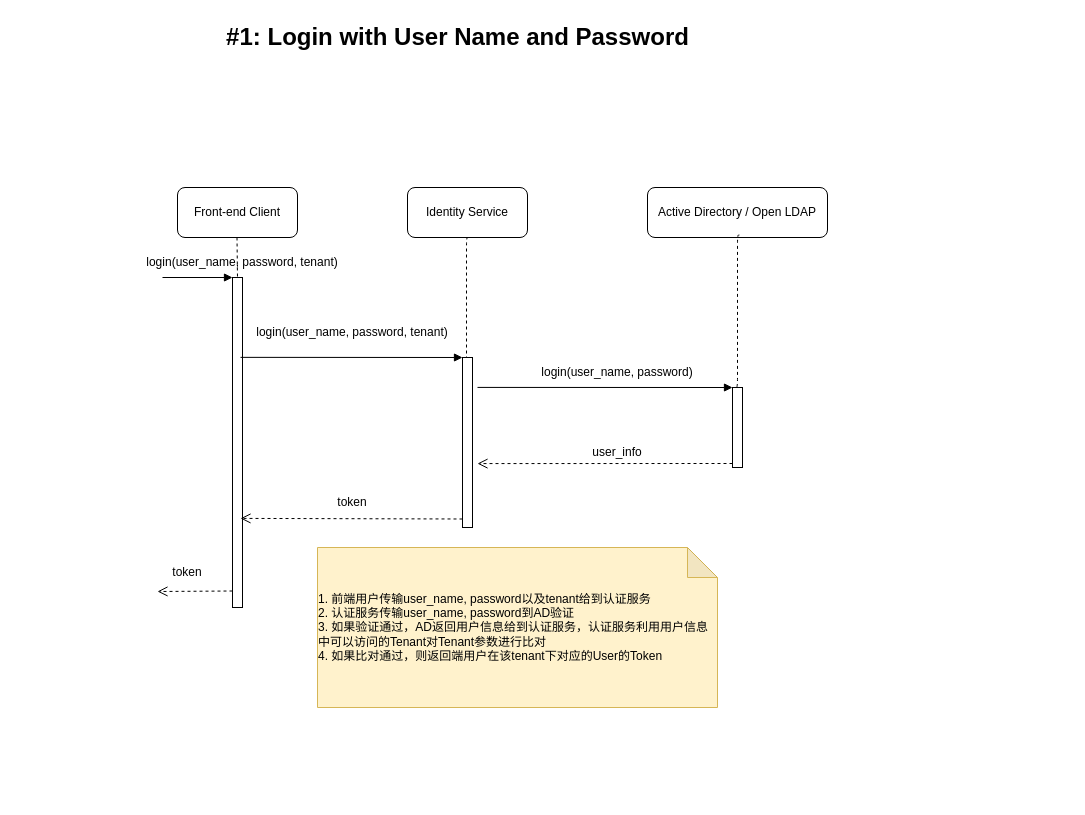
Above: page "1. Login#1" (2 of 7) of ids.drawio in dellexquan/transfer (draw.io), before the change. Source tidied: cells renumbered, new cells numbered last; positions are measured from the earlier drawing's top-left corner, leaving out a move shared by most shapes. Both pictures are drawn from the tidied source at 100%, with x=0, y=0 at pixel (137, 17).
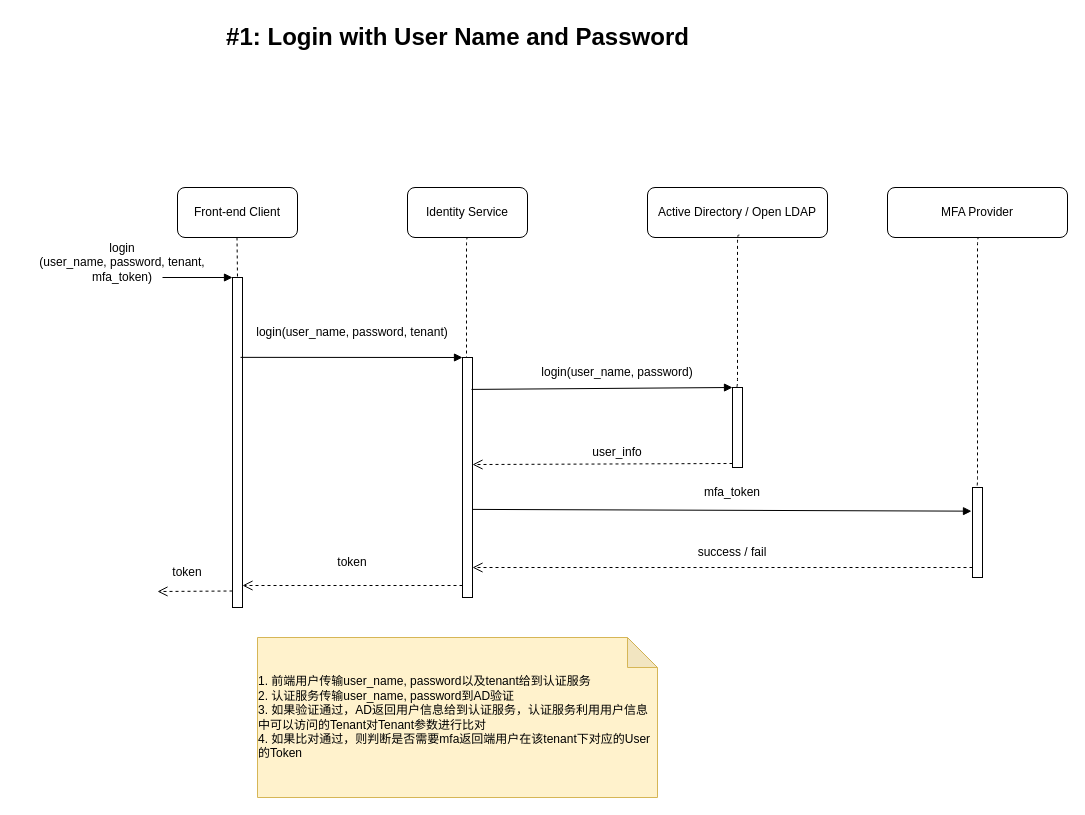
The same page after the edit.

Unchanged cells that the change refers to:
```xml
<mxCell id="6" style="html=1;points=[];perimeter=orthogonalPerimeter;" parent="1" vertex="1">
  <mxGeometry x="95" y="260" width="10" height="330" as="geometry" />
</mxCell>
<mxCell id="18" style="html=1;points=[];perimeter=orthogonalPerimeter;fontColor=none;" parent="1" vertex="1">
  <mxGeometry x="595" y="370" width="10" height="80" as="geometry" />
</mxCell>
```

What changed in the source:
```diff
@@
-    <mxCell id="9" value="login(user_name, password, tenant)" style="text;html=1;strokeColor=none;fillColor=none;align=center;verticalAlign=middle;whiteSpace=wrap;rounded=0;fontColor=none;" parent="1" vertex="1">
-      <mxGeometry y="230" width="210" height="30" as="geometry" />
+    <mxCell id="9" value="login&lt;br&gt;(user_name, password, tenant, mfa_token)" style="text;html=1;strokeColor=none;fillColor=none;align=center;verticalAlign=middle;whiteSpace=wrap;rounded=0;fontColor=none;" parent="1" vertex="1">
+      <mxGeometry x="-120" y="230" width="210" height="30" as="geometry" />
     </mxCell>
@@
     <mxCell id="12" style="html=1;points=[];perimeter=orthogonalPerimeter;fontColor=none;" parent="1" vertex="1">
-      <mxGeometry x="325" y="340" width="10" height="170" as="geometry" />
+      <mxGeometry x="325" y="340" width="10" height="240" as="geometry" />
     </mxCell>
@@
-    <mxCell id="14" value="return" style="html=1;verticalAlign=bottom;endArrow=open;dashed=1;endSize=8;exitX=0;exitY=0.95;rounded=0;fontColor=none;noLabel=1;entryX=0.8;entryY=0.73;entryDx=0;entryDy=0;entryPerimeter=0;" parent="1" edge="1" source="12" target="6">
+    <mxCell id="14" value="return" style="html=1;verticalAlign=bottom;endArrow=open;dashed=1;endSize=8;exitX=0;exitY=0.95;rounded=0;fontColor=none;noLabel=1;" parent="1" edge="1" source="12" target="6">
       <mxGeometry relative="1" as="geometry" />
     </mxCell>
@@
     <mxCell id="16" value="token" style="text;html=1;strokeColor=none;fillColor=none;align=center;verticalAlign=middle;whiteSpace=wrap;rounded=0;fontColor=none;" parent="1" vertex="1">
-      <mxGeometry x="120" y="470" width="190" height="30" as="geometry" />
+      <mxGeometry x="120" y="530" width="190" height="30" as="geometry" />
     </mxCell>
@@
-    <mxCell id="19" value="dispatch" style="html=1;verticalAlign=bottom;endArrow=block;entryX=0;entryY=0;rounded=0;fontColor=none;exitX=1.5;exitY=0.176;exitDx=0;exitDy=0;exitPerimeter=0;noLabel=1;" parent="1" edge="1" source="12" target="18">
+    <mxCell id="19" value="dispatch" style="html=1;verticalAlign=bottom;endArrow=block;entryX=0;entryY=0;rounded=0;fontColor=none;exitX=0.9;exitY=0.133;exitDx=0;exitDy=0;exitPerimeter=0;noLabel=1;" parent="1" edge="1" source="12" target="18">
       <mxGeometry relative="1" as="geometry" />
     </mxCell>
-    <mxCell id="20" value="return" style="html=1;verticalAlign=bottom;endArrow=open;dashed=1;endSize=8;exitX=0;exitY=0.95;rounded=0;fontColor=none;entryX=1.5;entryY=0.624;entryDx=0;entryDy=0;entryPerimeter=0;noLabel=1;" parent="1" edge="1" source="18" target="12">
+    <mxCell id="20" value="return" style="html=1;verticalAlign=bottom;endArrow=open;dashed=1;endSize=8;exitX=0;exitY=0.95;rounded=0;fontColor=none;entryX=1;entryY=0.446;entryDx=0;entryDy=0;entryPerimeter=0;noLabel=1;" parent="1" edge="1" source="18" target="12">
       <mxGeometry relative="1" as="geometry" />
     </mxCell>
@@
-    <mxCell id="23" value="&lt;p style=&quot;line-height: 1.4&quot;&gt;&lt;/p&gt;&lt;div style=&quot;text-align: left&quot;&gt;1. 前端用户传输user_name, password以及tenant给到认证服务&lt;/div&gt;&lt;div style=&quot;text-align: left&quot;&gt;2. 认证服务传输user_name, password到AD验证&lt;/div&gt;&lt;div style=&quot;text-align: left&quot;&gt;3. 如果验证通过，AD返回用户信息给到认证服务，认证服务利用用户信息中可以访问的Tenant对Tenant参数进行比对&lt;/div&gt;&lt;div style=&quot;text-align: left&quot;&gt;4. 如果比对通过，则返回端用户在该tenant下对应的User的Token&lt;/div&gt;&lt;p&gt;&lt;/p&gt;" style="shape=note;whiteSpace=wrap;html=1;backgroundOutline=1;darkOpacity=0.05;fillColor=#fff2cc;strokeColor=#d6b656;" parent="1" vertex="1">
-      <mxGeometry x="180" y="530" width="400" height="160" as="geometry" />
+    <mxCell id="23" value="&lt;p style=&quot;line-height: 1.4&quot;&gt;&lt;/p&gt;&lt;div style=&quot;text-align: left&quot;&gt;1. 前端用户传输user_name, password以及tenant给到认证服务&lt;/div&gt;&lt;div style=&quot;text-align: left&quot;&gt;2. 认证服务传输user_name, password到AD验证&lt;/div&gt;&lt;div style=&quot;text-align: left&quot;&gt;3. 如果验证通过，AD返回用户信息给到认证服务，认证服务利用用户信息中可以访问的Tenant对Tenant参数进行比对&lt;/div&gt;&lt;div style=&quot;text-align: left&quot;&gt;4. 如果比对通过，则判断是否需要mfa返回端用户在该tenant下对应的User的Token&lt;/div&gt;&lt;p&gt;&lt;/p&gt;" style="shape=note;whiteSpace=wrap;html=1;backgroundOutline=1;darkOpacity=0.05;fillColor=#fff2cc;strokeColor=#d6b656;" parent="1" vertex="1">
+      <mxGeometry x="120" y="620" width="400" height="160" as="geometry" />
     </mxCell>
@@
+    <mxCell id="25" value="MFA Provider" style="rounded=1;whiteSpace=wrap;html=1;" parent="1" vertex="1">
+      <mxGeometry x="750" y="170" width="180" height="50" as="geometry" />
+    </mxCell>
+    <mxCell id="26" style="edgeStyle=elbowEdgeStyle;elbow=horizontal;endArrow=none;dashed=1;exitX=0.5;exitY=1;exitDx=0;exitDy=0;" parent="1" edge="1">
+      <mxGeometry x="971.9" y="470" as="geometry">
+        <mxPoint x="841.9" y="220" as="sourcePoint" />
+        <mxPoint x="838" y="470" as="targetPoint" />
+      </mxGeometry>
+    </mxCell>
+    <mxCell id="27" style="html=1;points=[];perimeter=orthogonalPerimeter;fontColor=none;" parent="1" vertex="1">
+      <mxGeometry x="835" y="470" width="10" height="90" as="geometry" />
+    </mxCell>
+    <mxCell id="28" value="dispatch" style="html=1;verticalAlign=bottom;endArrow=block;entryX=-0.1;entryY=0.263;rounded=0;fontColor=none;exitX=0.9;exitY=0.133;exitDx=0;exitDy=0;exitPerimeter=0;noLabel=1;entryDx=0;entryDy=0;entryPerimeter=0;" parent="1" edge="1" target="27">
+      <mxGeometry relative="1" as="geometry">
+        <mxPoint x="335" y="491.9" as="sourcePoint" />
+      </mxGeometry>
+    </mxCell>
+    <mxCell id="29" value="mfa_token" style="text;html=1;strokeColor=none;fillColor=none;align=center;verticalAlign=middle;whiteSpace=wrap;rounded=0;fontColor=none;" parent="1" vertex="1">
+      <mxGeometry x="500" y="460" width="190" height="30" as="geometry" />
+    </mxCell>
+    <mxCell id="30" value="return" style="html=1;verticalAlign=bottom;endArrow=open;dashed=1;endSize=8;rounded=0;fontColor=none;noLabel=1;" parent="1" edge="1" source="27">
+      <mxGeometry relative="1" as="geometry">
+        <mxPoint x="335" y="550" as="targetPoint" />
+      </mxGeometry>
+    </mxCell>
+    <mxCell id="31" value="success / fail" style="text;html=1;strokeColor=none;fillColor=none;align=center;verticalAlign=middle;whiteSpace=wrap;rounded=0;fontColor=none;" parent="1" vertex="1">
+      <mxGeometry x="500" y="520" width="190" height="30" as="geometry" />
+    </mxCell>
```
